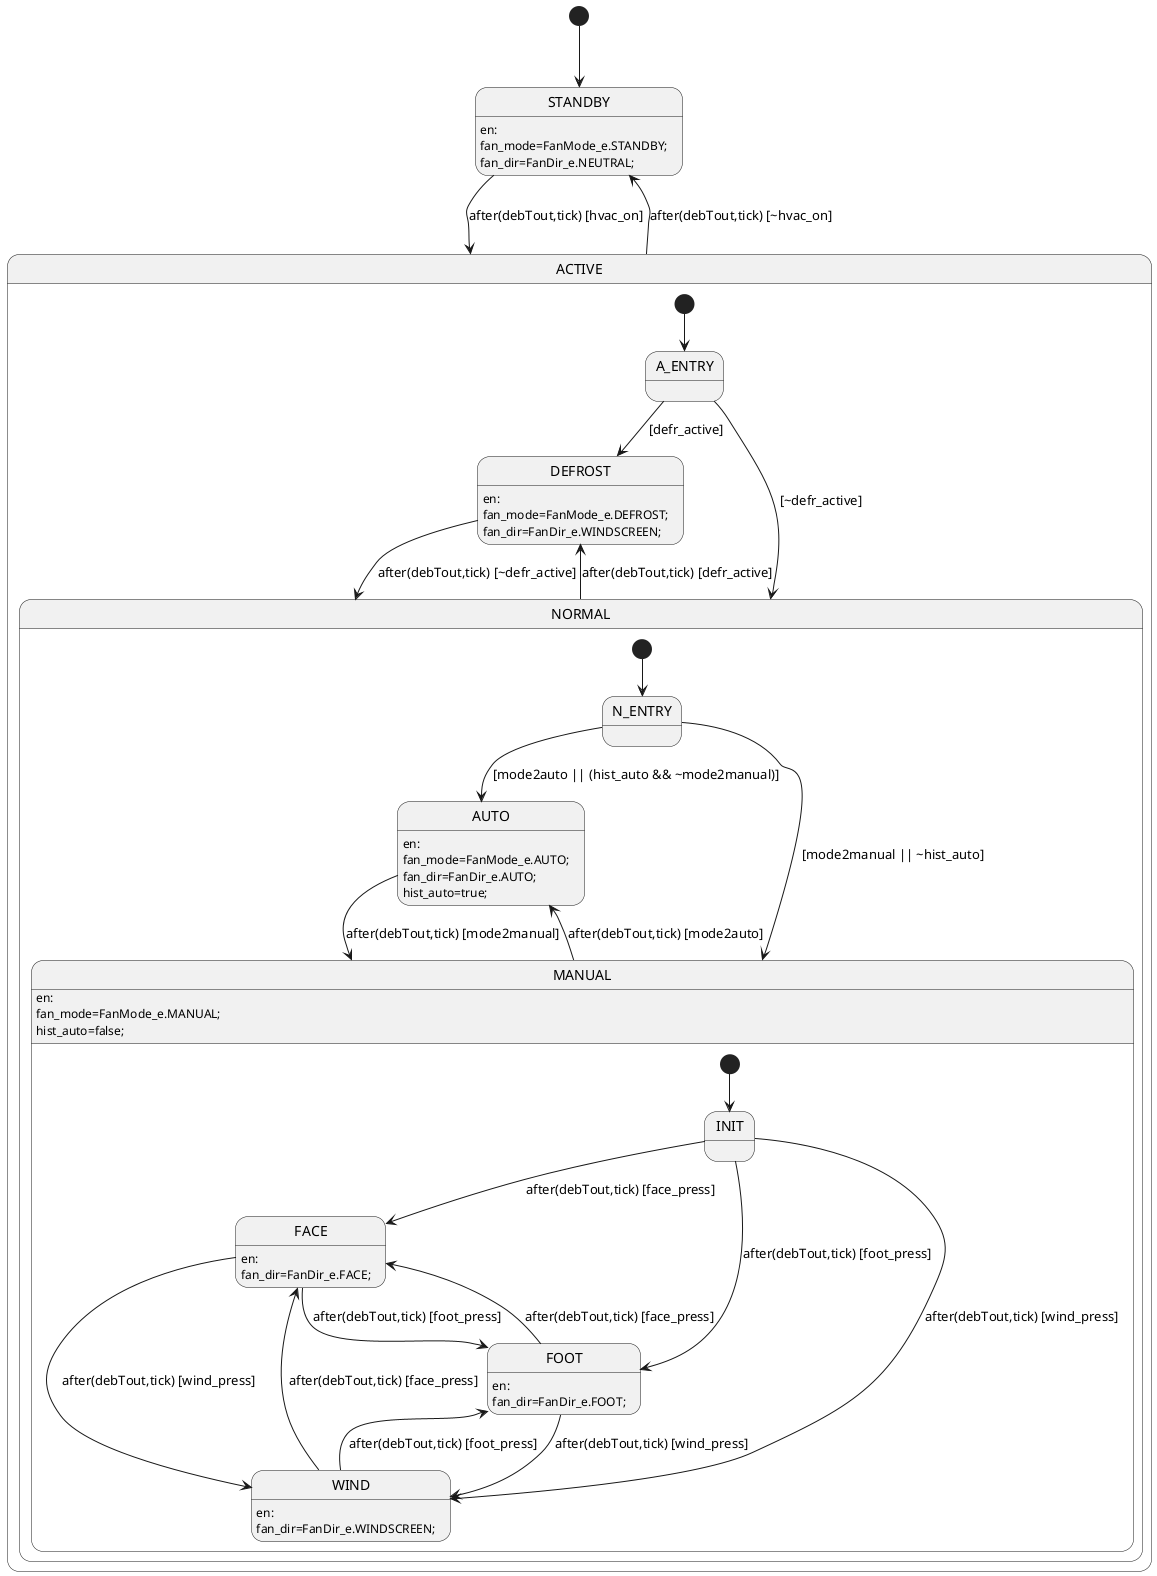
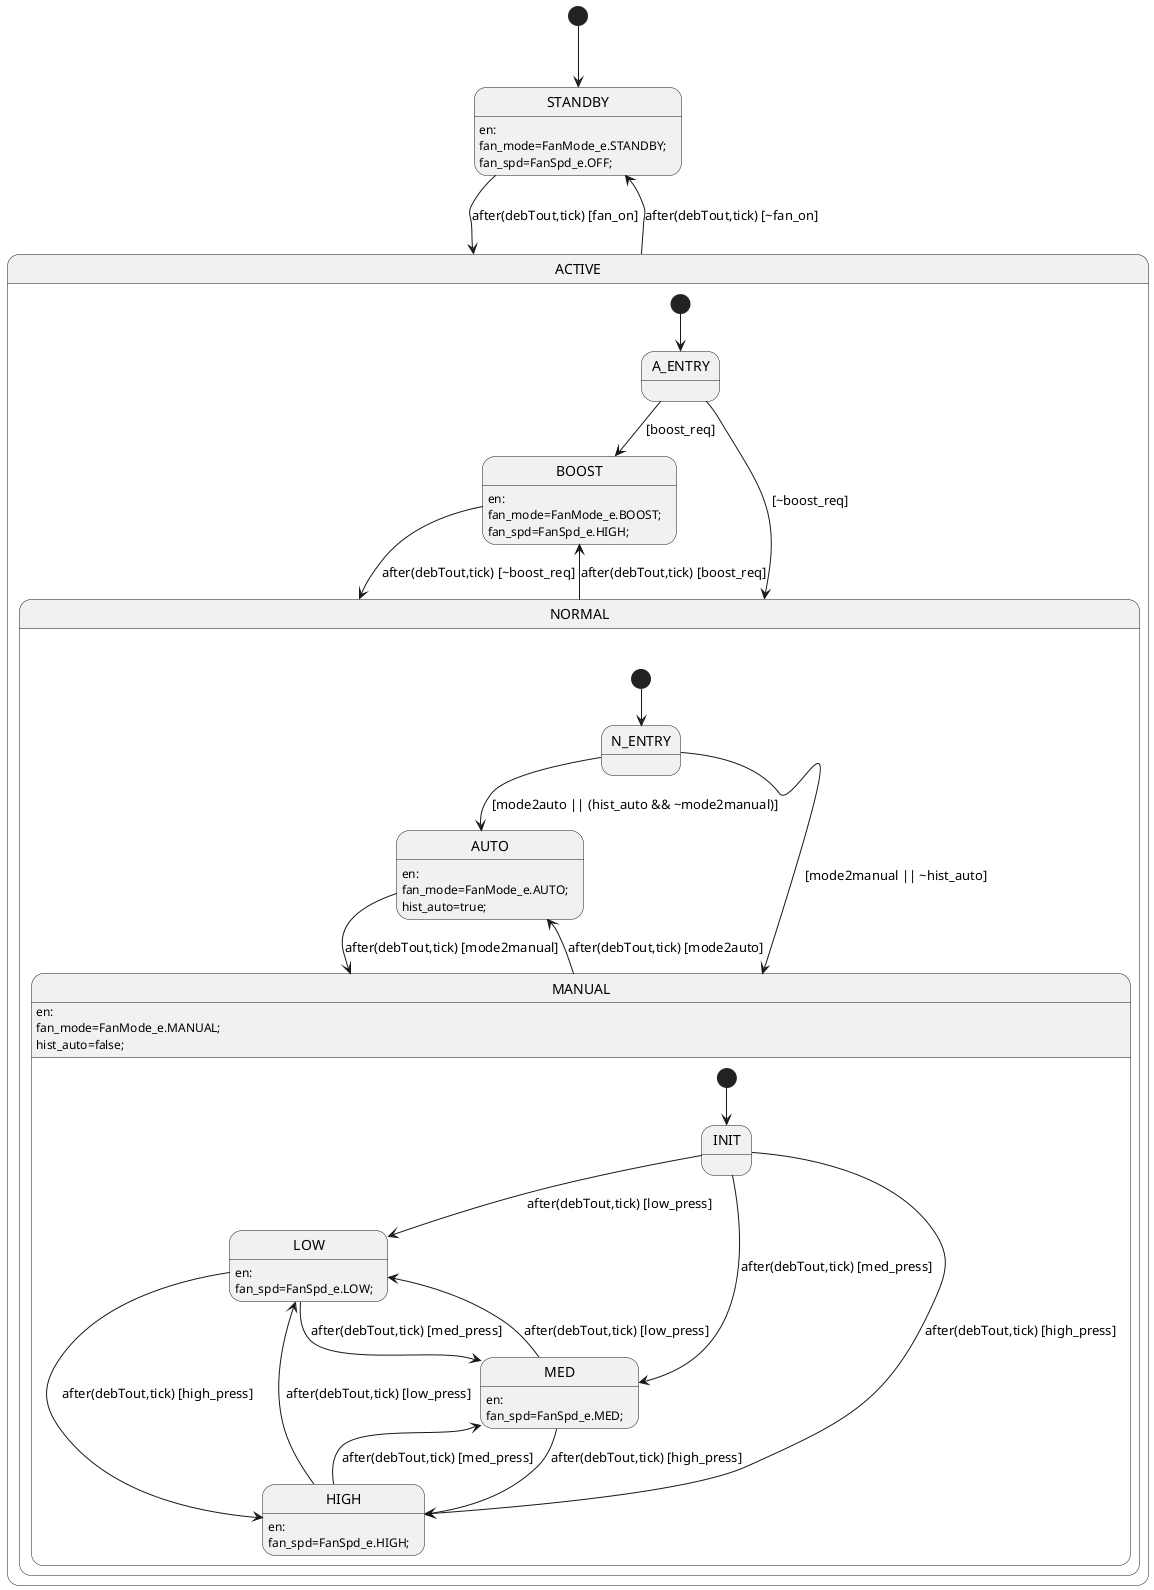
@startuml FanCtrl

' Fan Mode Control — initial draft specification
'
' Written by hand to agree on topology before creating the YAML.
' Annotated with en: action blocks (custom notation; maps to en: in YAML).
' Compare with fan_ctrl_gen.puml (generated from fan_ctrl_sf.yaml) to
' verify the YAML correctly captures this intent.
'
' Hierarchy:
- '   STANDBY                  — HVAC off; neutral fan position
- '   ACTIVE (compound)        — HVAC on
- '     A_ENTRY (immediate)    — routes to DEFROST or NORMAL on ACTIVE entry
- '     DEFROST                — defrost locked to windscreen; exits when level drops
- '     NORMAL (compound)      — normal mode control
+ '   STANDBY                  — fan off; idle state
+ '   ACTIVE (compound)        — fan running
+ '     A_ENTRY (immediate)    — routes to BOOST or NORMAL on ACTIVE entry
+ '     BOOST                  — override mode; locks to HIGH; exits when request drops
+ '     NORMAL (compound)      — normal speed control
'       N_ENTRY (immediate)  — routes to AUTO or MANUAL (uses hist_auto)
- '       AUTO                 — TCU selects direction
- '       MANUAL (history)     — user-selected direction
- '         INIT (default)     — wait for first button press
- '         FACE / FOOT / WIND
+ '       AUTO                 — controller selects speed
+ '       MANUAL (history)     — user-selected speed
+ '         INIT (default)     — hold last speed; wait for first button press
+ '         LOW / MED / HIGH

[*] --> STANDBY

state STANDBY
state ACTIVE {
  [*] --> A_ENTRY
  state A_ENTRY
-   state DEFROST
+   state BOOST
  state NORMAL {
    [*] --> N_ENTRY
    state N_ENTRY
    state AUTO
    state MANUAL {
      [*] --> INIT
      state INIT
-       state FACE
-       state FOOT
-       state WIND
+       state LOW
+       state MED
+       state HIGH
    }
  }
}

- STANDBY : en:\nfan_mode=FanMode_e.STANDBY;\nfan_dir=FanDir_e.NEUTRAL;
- AUTO    : en:\nfan_mode=FanMode_e.AUTO;\nfan_dir=FanDir_e.AUTO;\nhist_auto=true;
+ STANDBY : en:\nfan_mode=FanMode_e.STANDBY;\nfan_spd=FanSpd_e.OFF;
+ AUTO    : en:\nfan_mode=FanMode_e.AUTO;\nhist_auto=true;
MANUAL  : en:\nfan_mode=FanMode_e.MANUAL;\nhist_auto=false;
- FACE    : en:\nfan_dir=FanDir_e.FACE;
- FOOT    : en:\nfan_dir=FanDir_e.FOOT;
- WIND    : en:\nfan_dir=FanDir_e.WINDSCREEN;
- DEFROST : en:\nfan_mode=FanMode_e.DEFROST;\nfan_dir=FanDir_e.WINDSCREEN;
+ LOW     : en:\nfan_spd=FanSpd_e.LOW;
+ MED     : en:\nfan_spd=FanSpd_e.MED;
+ HIGH    : en:\nfan_spd=FanSpd_e.HIGH;
+ BOOST   : en:\nfan_mode=FanMode_e.BOOST;\nfan_spd=FanSpd_e.HIGH;

- STANDBY  --> ACTIVE  : after(debTout,tick) [hvac_on]
- ACTIVE   --> STANDBY : after(debTout,tick) [~hvac_on]
- A_ENTRY  --> DEFROST : [defr_active]
- A_ENTRY  --> NORMAL  : [~defr_active]
- NORMAL   --> DEFROST : after(debTout,tick) [defr_active]
- DEFROST  --> NORMAL  : after(debTout,tick) [~defr_active]
- N_ENTRY  --> AUTO    : [mode2auto || (hist_auto && ~mode2manual)]
- N_ENTRY  --> MANUAL  : [mode2manual || ~hist_auto]
- AUTO     --> MANUAL  : after(debTout,tick) [mode2manual]
- MANUAL   --> AUTO    : after(debTout,tick) [mode2auto]
- INIT     --> FACE    : after(debTout,tick) [face_press]
- INIT     --> FOOT    : after(debTout,tick) [foot_press]
- INIT     --> WIND    : after(debTout,tick) [wind_press]
- FACE     --> FOOT    : after(debTout,tick) [foot_press]
- FACE     --> WIND    : after(debTout,tick) [wind_press]
- FOOT     --> FACE    : after(debTout,tick) [face_press]
- FOOT     --> WIND    : after(debTout,tick) [wind_press]
- WIND     --> FACE    : after(debTout,tick) [face_press]
- WIND     --> FOOT    : after(debTout,tick) [foot_press]
+ STANDBY --> ACTIVE  : after(debTout,tick) [fan_on]
+ ACTIVE  --> STANDBY : after(debTout,tick) [~fan_on]
+ A_ENTRY --> BOOST   : [boost_req]
+ A_ENTRY --> NORMAL  : [~boost_req]
+ NORMAL  --> BOOST   : after(debTout,tick) [boost_req]
+ BOOST   --> NORMAL  : after(debTout,tick) [~boost_req]
+ N_ENTRY --> AUTO    : [mode2auto || (hist_auto && ~mode2manual)]
+ N_ENTRY --> MANUAL  : [mode2manual || ~hist_auto]
+ AUTO    --> MANUAL  : after(debTout,tick) [mode2manual]
+ MANUAL  --> AUTO    : after(debTout,tick) [mode2auto]
+ INIT    --> LOW     : after(debTout,tick) [low_press]
+ INIT    --> MED     : after(debTout,tick) [med_press]
+ INIT    --> HIGH    : after(debTout,tick) [high_press]
+ LOW     --> MED     : after(debTout,tick) [med_press]
+ LOW     --> HIGH    : after(debTout,tick) [high_press]
+ MED     --> LOW     : after(debTout,tick) [low_press]
+ MED     --> HIGH    : after(debTout,tick) [high_press]
+ HIGH    --> LOW     : after(debTout,tick) [low_press]
+ HIGH    --> MED     : after(debTout,tick) [med_press]

@enduml
